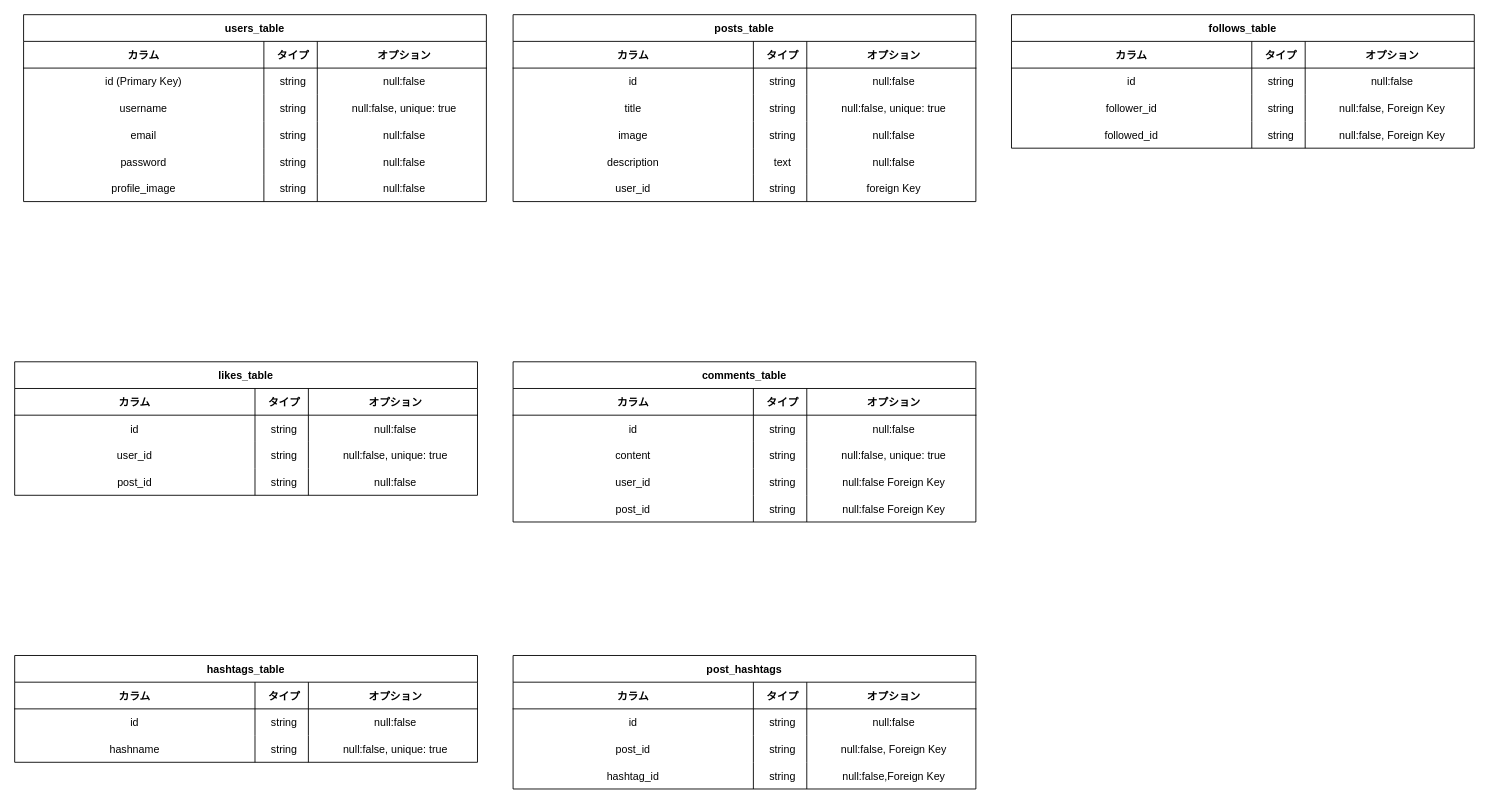
This is catapp.dio from island0702/catapp, a draw.io file, before an edit. Source tidied: cells renumbered, new cells numbered last; positions are measured from the earlier drawing's top-left corner, leaving out a move shared by most shapes. Both pictures are drawn from the tidied source at 89%, with x=0, y=0 at pixel (14, 14).
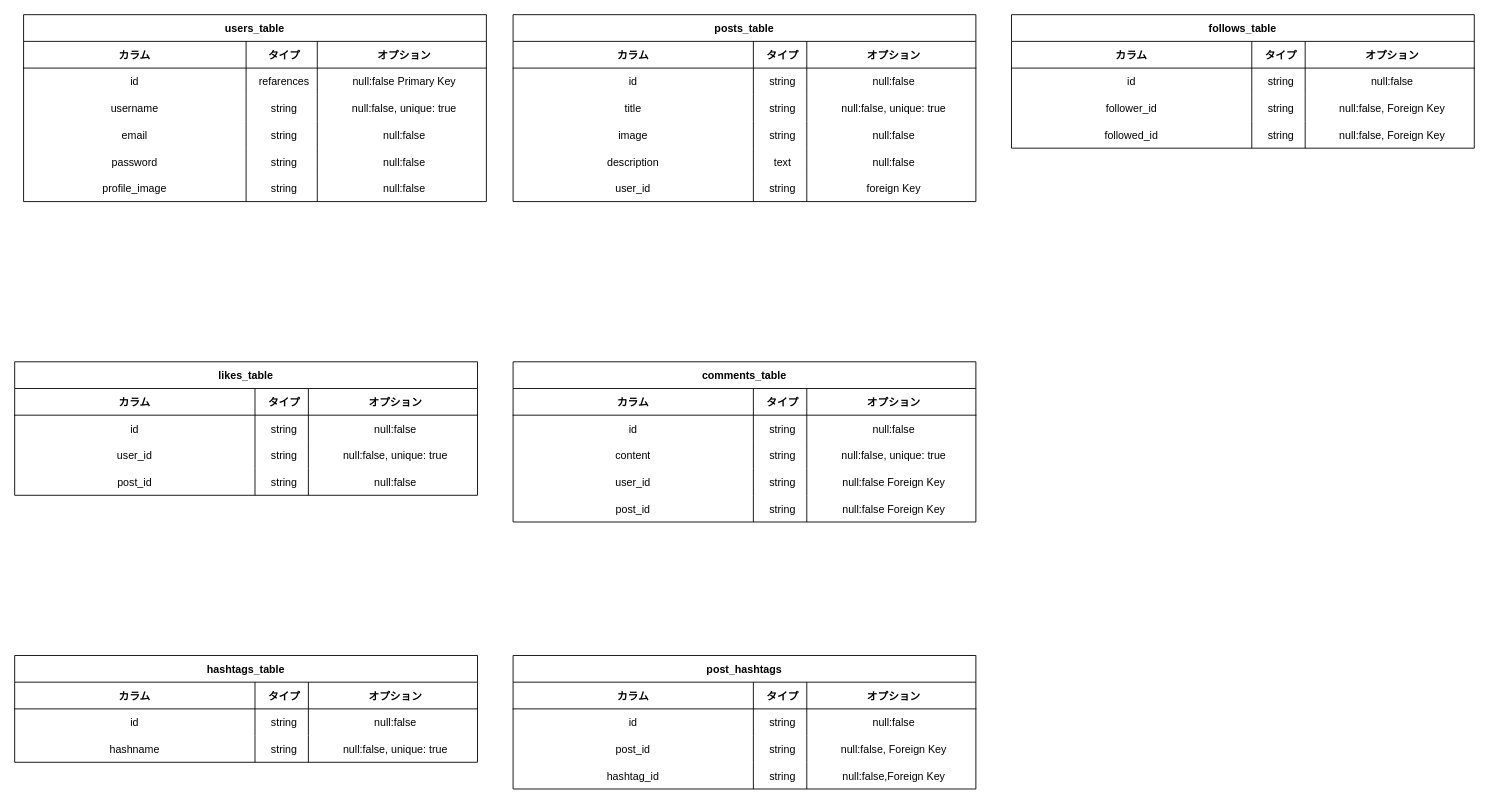
The same page after the edit.

The change refers to these unchanged cells:
```xml
<mxCell id="20" style="shape=tableRow;horizontal=0;startSize=0;swimlaneHead=0;swimlaneBody=0;fillColor=none;top=0;left=0;right=0;bottom=1;" parent="19" vertex="1">
  <mxGeometry y="30" width="520" height="30" as="geometry" />
</mxCell>
<mxCell id="24" style="shape=tableRow;horizontal=0;startSize=0;swimlaneHead=0;swimlaneBody=0;fillColor=none;top=0;left=0;right=0;bottom=0;" parent="19" vertex="1">
  <mxGeometry y="60" width="520" height="30" as="geometry" />
</mxCell>
<mxCell id="28" style="shape=tableRow;horizontal=0;startSize=0;swimlaneHead=0;swimlaneBody=0;fillColor=none;top=0;left=0;right=0;bottom=0;" parent="19" vertex="1">
  <mxGeometry y="90" width="520" height="30" as="geometry" />
</mxCell>
<mxCell id="32" style="shape=tableRow;horizontal=0;startSize=0;swimlaneHead=0;swimlaneBody=0;fillColor=none;top=0;left=0;right=0;bottom=0;" parent="19" vertex="1">
  <mxGeometry y="120" width="520" height="30" as="geometry" />
</mxCell>
<mxCell id="36" style="shape=tableRow;horizontal=0;startSize=0;swimlaneHead=0;swimlaneBody=0;fillColor=none;top=0;left=0;right=0;bottom=0;" parent="19" vertex="1">
  <mxGeometry y="150" width="520" height="30" as="geometry" />
</mxCell>
<mxCell id="40" style="shape=tableRow;horizontal=0;startSize=0;swimlaneHead=0;swimlaneBody=0;fillColor=none;top=0;left=0;right=0;bottom=0;" parent="19" vertex="1">
  <mxGeometry y="180" width="520" height="30" as="geometry" />
</mxCell>
```

Change to the diagram source:
```diff
@@
     <mxCell id="21" value="カラム" style="shape=partialRectangle;fillColor=none;top=0;left=0;bottom=0;right=0;fontStyle=1;overflow=hidden;align=center;" parent="20" vertex="1">
-      <mxGeometry width="270" height="30" as="geometry" />
+      <mxGeometry width="250" height="30" as="geometry" />
     </mxCell>
     <mxCell id="22" value="タイプ" style="shape=partialRectangle;fillColor=none;top=0;left=0;bottom=0;right=0;align=center;spacingLeft=6;fontStyle=1;overflow=hidden;" parent="20" vertex="1">
-      <mxGeometry x="270" width="60" height="30" as="geometry" />
+      <mxGeometry x="250" width="80" height="30" as="geometry" />
     </mxCell>
@@
-    <mxCell id="25" value="id (Primary Key)" style="shape=partialRectangle;fillColor=none;top=0;left=0;bottom=0;right=0;overflow=hidden;align=center;" parent="24" vertex="1">
-      <mxGeometry width="270" height="30" as="geometry" />
+    <mxCell id="25" value="id" style="shape=partialRectangle;fillColor=none;top=0;left=0;bottom=0;right=0;overflow=hidden;align=center;" parent="24" vertex="1">
+      <mxGeometry width="250" height="30" as="geometry" />
     </mxCell>
-    <mxCell id="26" value="string" style="shape=partialRectangle;fillColor=none;top=0;left=0;bottom=0;right=0;align=center;spacingLeft=6;overflow=hidden;" parent="24" vertex="1">
-      <mxGeometry x="270" width="60" height="30" as="geometry" />
+    <mxCell id="26" value="refarences" style="shape=partialRectangle;fillColor=none;top=0;left=0;bottom=0;right=0;align=center;spacingLeft=6;overflow=hidden;" parent="24" vertex="1">
+      <mxGeometry x="250" width="80" height="30" as="geometry" />
     </mxCell>
-    <mxCell id="27" value="null:false" style="shape=partialRectangle;fillColor=none;top=0;left=0;bottom=0;right=0;align=center;spacingLeft=6;overflow=hidden;" parent="24" vertex="1">
+    <mxCell id="27" value="null:false Primary Key" style="shape=partialRectangle;fillColor=none;top=0;left=0;bottom=0;right=0;align=center;spacingLeft=6;overflow=hidden;" parent="24" vertex="1">
       <mxGeometry x="330" width="190" height="30" as="geometry" />
     </mxCell>
@@
     <mxCell id="29" value="username" style="shape=partialRectangle;fillColor=none;top=0;left=0;bottom=0;right=0;overflow=hidden;align=center;" parent="28" vertex="1">
-      <mxGeometry width="270" height="30" as="geometry" />
+      <mxGeometry width="250" height="30" as="geometry" />
     </mxCell>
     <mxCell id="30" value="string" style="shape=partialRectangle;fillColor=none;top=0;left=0;bottom=0;right=0;align=center;spacingLeft=6;overflow=hidden;" parent="28" vertex="1">
-      <mxGeometry x="270" width="60" height="30" as="geometry" />
+      <mxGeometry x="250" width="80" height="30" as="geometry" />
     </mxCell>
@@
     <mxCell id="33" value="email" style="shape=partialRectangle;fillColor=none;top=0;left=0;bottom=0;right=0;overflow=hidden;align=center;" parent="32" vertex="1">
-      <mxGeometry width="270" height="30" as="geometry" />
+      <mxGeometry width="250" height="30" as="geometry" />
     </mxCell>
     <mxCell id="34" value="string" style="shape=partialRectangle;fillColor=none;top=0;left=0;bottom=0;right=0;align=center;spacingLeft=6;overflow=hidden;" parent="32" vertex="1">
-      <mxGeometry x="270" width="60" height="30" as="geometry" />
+      <mxGeometry x="250" width="80" height="30" as="geometry" />
     </mxCell>
@@
     <mxCell id="37" value="password" style="shape=partialRectangle;fillColor=none;top=0;left=0;bottom=0;right=0;overflow=hidden;align=center;" parent="36" vertex="1">
-      <mxGeometry width="270" height="30" as="geometry" />
+      <mxGeometry width="250" height="30" as="geometry" />
     </mxCell>
     <mxCell id="38" value="string" style="shape=partialRectangle;fillColor=none;top=0;left=0;bottom=0;right=0;align=center;spacingLeft=6;overflow=hidden;" parent="36" vertex="1">
-      <mxGeometry x="270" width="60" height="30" as="geometry" />
+      <mxGeometry x="250" width="80" height="30" as="geometry" />
     </mxCell>
@@
     <mxCell id="41" value="profile_image" style="shape=partialRectangle;fillColor=none;top=0;left=0;bottom=0;right=0;overflow=hidden;align=center;" parent="40" vertex="1">
-      <mxGeometry width="270" height="30" as="geometry" />
+      <mxGeometry width="250" height="30" as="geometry" />
     </mxCell>
     <mxCell id="42" value="string" style="shape=partialRectangle;fillColor=none;top=0;left=0;bottom=0;right=0;align=center;spacingLeft=6;overflow=hidden;" parent="40" vertex="1">
-      <mxGeometry x="270" width="60" height="30" as="geometry" />
+      <mxGeometry x="250" width="80" height="30" as="geometry" />
     </mxCell>
```
